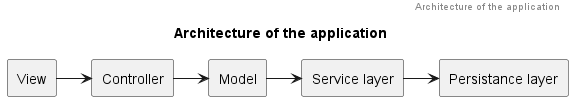
Arquisoft/lomap_en2b keeps this PlantUML diagram as images/BuildingBlockView.png. Above is the earlier version.
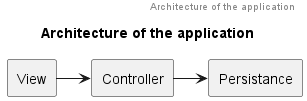
The same diagram one commit later.

What changed in the source:
```diff
@@ -5,12 +5,8 @@
 
 agent "View"
 agent "Controller"
-agent "Model"
-agent "Service layer"
-agent "Persistance layer"
+agent "Persistance"
 
-"Model" -> "Service layer"
-"Controller" -> "Model"
+"Controller" -> "Persistance"
 "View" -> "Controller"
-"Service layer" -> "Persistance layer"
 @enduml
```
